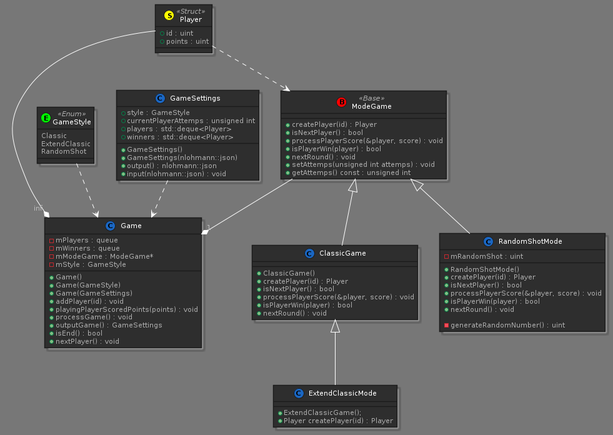
This is lib/DartEngine/docs/game.png from darts-plus/darts-plus-embedded, a PlantUML export, as it was before one commit. The source it was exported from:
```plantuml
@startuml game

!define DARKBLUE
!includeurl https://raw.githubusercontent.com/Drakemor/RedDress-PlantUML/master/style.puml

class Player <<(S, #FFFF00) Struct >>
{
    + id : uint
    + points : uint
}

class GameStyle <<(E, #00FF00) Enum >>
{
    Classic
    ExtendClassic
    RandomShot
}

class Game
{
    + Game()
    + Game(GameStyle)
    + Game(GameSettings)
    + addPlayer(id) : void
    + playingPlayerScoredPoints(points) : void
    + processGame() : void
    + outputGame() : GameSettings
    + isEnd() : bool
    + nextPlayer() : void

    - mPlayers : queue
    - mWinners : queue
    - mModeGame : ModeGame*
    - mStyle : GameStyle
}

Player --* "inf" Game
GameStyle ..> Game

class ModeGame << (B, #FF0000) Base >>
{
    + createPlayer(id) : Player
    + isNextPlayer() : bool
    + processPlayerScore(&player, score) : void
    + isPlayerWin(player) : bool
    + nextRound() : void
    + setAttemps(unsigned int attemps) : void
    + getAttemps() const : unsigned int
}

Player ..> ModeGame
ModeGame --* "1" Game

class ClassicGame extends ModeGame
{
    + ClassicGame()
    + createPlayer(id) : Player
    + isNextPlayer() : bool
    + processPlayerScore(&player, score) : void
    + isPlayerWin(player) : bool
    + nextRound() : void
}

class ExtendClassicMode extends ClassicGame
{
    + ExtendClassicGame();
    + Player createPlayer(id) : Player
}

class RandomShotMode extends ModeGame
{
    + RandomShotMode()
    + createPlayer(id) : Player
    + isNextPlayer() : bool
    + processPlayerScore(&player, score) : void
    + isPlayerWin(player) : bool
    + nextRound() : void

    - generateRandomNumber() : uint

    - mRandomShot : uint
}

class GameSettings
{
    + style : GameStyle
    + currentPlayerAttemps : unsigned int
    + players : std::deque<Player>
    + winners : std::deque<Player>

    + GameSettings()
    + GameSettings(nlohmann::json)
    + output() : nlohmann::json
    + input(nlohmann::json) : void
}

GameSettings ..> Game

@enduml
```
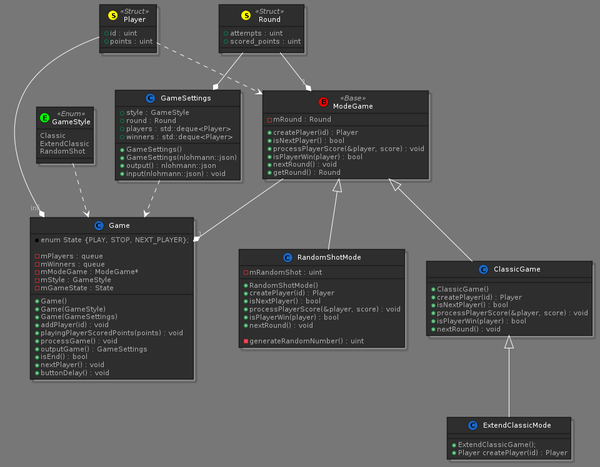
The same file after the commit.

What changed in the source:
```diff
@@ -27,15 +27,25 @@
     + outputGame() : GameSettings
     + isEnd() : bool
     + nextPlayer() : void
+    + buttonDelay() : void
+
+    * enum State {PLAY, STOP, NEXT_PLAYER};
 
     - mPlayers : queue
     - mWinners : queue
     - mModeGame : ModeGame*
     - mStyle : GameStyle
+    - mGameState : State
 }
 
 Player --* "inf" Game
 GameStyle ..> Game
+
+class Round <<(S, #FFFF00) Struct >>
+{
+    + attempts : uint
+    + scored_points : uint
+}
 
 class ModeGame << (B, #FF0000) Base >>
 {
@@ -44,12 +54,14 @@
     + processPlayerScore(&player, score) : void
     + isPlayerWin(player) : bool
     + nextRound() : void
-    + setAttemps(unsigned int attemps) : void
-    + getAttemps() const : unsigned int
+    + getRound() : Round
+
+    - mRound : Round
 }
 
 Player ..> ModeGame
 ModeGame --* "1" Game
+Round --* "1" ModeGame
 
 class ClassicGame extends ModeGame
 {
@@ -84,7 +96,7 @@
 class GameSettings
 {
     + style : GameStyle
-    + currentPlayerAttemps : unsigned int
+    + round : Round
     + players : std::deque<Player>
     + winners : std::deque<Player>
 
@@ -95,5 +107,6 @@
 }
 
 GameSettings ..> Game
+Round --* GameSettings
 
 @enduml
```
